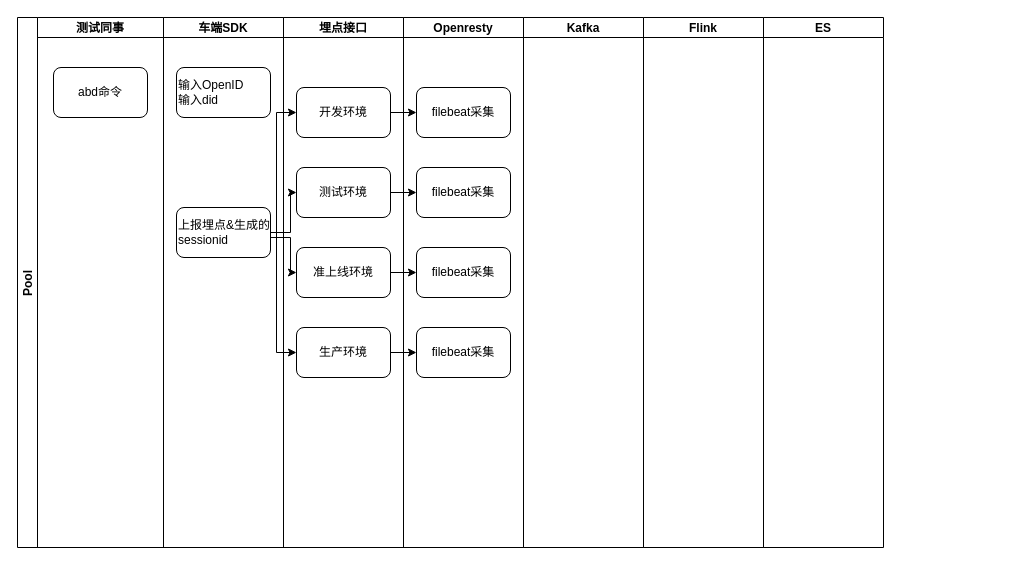
This is 采集中心V3.0旧版测试校验流程图.drawio from shaozc3g/draw_io, a draw.io file, before an edit. Source tidied: cells renumbered, new cells numbered last; positions are measured from the earlier drawing's top-left corner, leaving out a move shared by most shapes. Both pictures are drawn from the tidied source at 100%, with x=0, y=0 at pixel (17, 17).
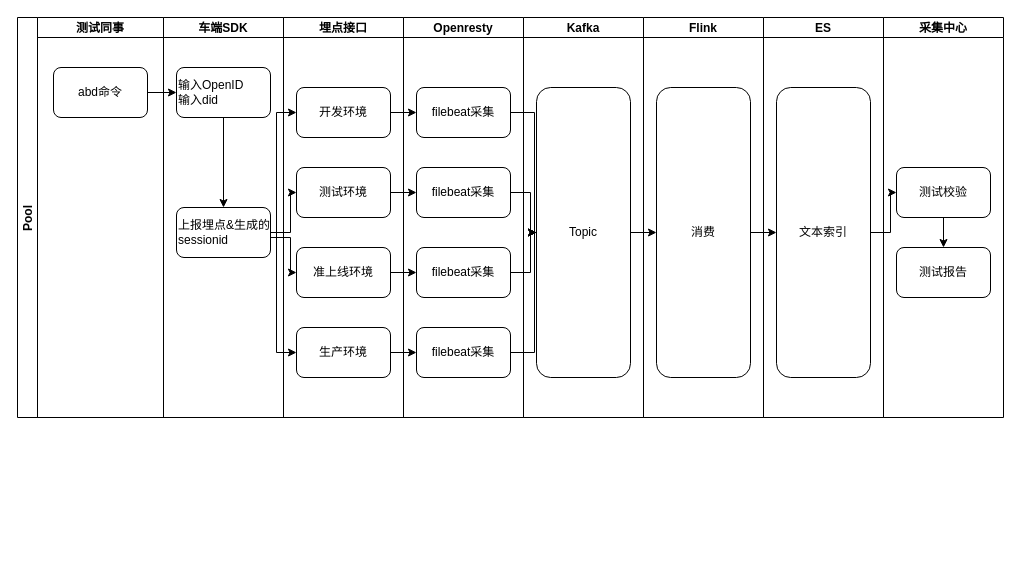
Above is the later version.

Commit message (it also covers changes not shown here):
更新采集中心V3.0旧版测试校验流程图.drawio

The change refers to these unchanged cells:
```xml
<mxCell id="4" value="abd命令" style="rounded=1;whiteSpace=wrap;html=1;" parent="3" vertex="1">
  <mxGeometry x="16" y="50" width="94" height="50" as="geometry" />
</mxCell>
<mxCell id="6" value="输入OpenID&lt;br&gt;输入did" style="rounded=1;whiteSpace=wrap;html=1;align=left;" parent="5" vertex="1">
  <mxGeometry x="13" y="50" width="94" height="50" as="geometry" />
</mxCell>
<mxCell id="7" value="上报埋点&amp;amp;生成的sessionid" style="rounded=1;whiteSpace=wrap;html=1;align=left;" parent="5" vertex="1">
  <mxGeometry x="13" y="190" width="94" height="50" as="geometry" />
</mxCell>
<mxCell id="18" value="filebeat采集" style="rounded=1;whiteSpace=wrap;html=1;align=center;" parent="17" vertex="1">
  <mxGeometry x="13" y="70" width="94" height="50" as="geometry" />
</mxCell>
<mxCell id="19" value="filebeat采集" style="rounded=1;whiteSpace=wrap;html=1;align=center;" parent="17" vertex="1">
  <mxGeometry x="13" y="150" width="94" height="50" as="geometry" />
</mxCell>
<mxCell id="20" value="filebeat采集" style="rounded=1;whiteSpace=wrap;html=1;align=center;" parent="17" vertex="1">
  <mxGeometry x="13" y="230" width="94" height="50" as="geometry" />
</mxCell>
<mxCell id="21" value="filebeat采集" style="rounded=1;whiteSpace=wrap;html=1;align=center;" parent="17" vertex="1">
  <mxGeometry x="13" y="310" width="94" height="50" as="geometry" />
</mxCell>
```

Change to the diagram source:
```diff
@@
     <mxCell id="2" value="Pool" style="swimlane;startSize=20;horizontal=0;" parent="1" vertex="1">
-      <mxGeometry width="386" height="530" as="geometry" />
+      <mxGeometry width="386" height="400" as="geometry" />
     </mxCell>
     <mxCell id="3" value="测试同事" style="swimlane;startSize=20;" parent="2" vertex="1">
-      <mxGeometry x="20" width="126" height="530" as="geometry" />
+      <mxGeometry x="20" width="126" height="400" as="geometry" />
     </mxCell>
@@
     <mxCell id="5" value="车端SDK" style="swimlane;startSize=20;" parent="2" vertex="1">
-      <mxGeometry x="146" width="120" height="530" as="geometry" />
+      <mxGeometry x="146" width="120" height="400" as="geometry" />
     </mxCell>
+    <mxCell id="29" style="edgeStyle=orthogonalEdgeStyle;rounded=0;jettySize=auto;html=1;exitX=0.5;exitY=1;exitDx=0;exitDy=0;entryX=0.5;entryY=0;entryDx=0;entryDy=0;" parent="5" edge="1" source="6" target="7">
+      <mxGeometry relative="1" as="geometry" />
+    </mxCell>
@@
     <mxCell id="8" value="埋点接口" style="swimlane;startSize=20;" parent="2" vertex="1">
-      <mxGeometry x="266" width="120" height="530" as="geometry" />
+      <mxGeometry x="266" width="120" height="400" as="geometry" />
     </mxCell>
@@
+    <mxCell id="30" style="edgeStyle=orthogonalEdgeStyle;rounded=0;jettySize=auto;html=1;exitX=1;exitY=0.5;exitDx=0;exitDy=0;entryX=0;entryY=0.5;entryDx=0;entryDy=0;" parent="2" edge="1" source="4" target="6">
+      <mxGeometry relative="1" as="geometry" />
+    </mxCell>
     <mxCell id="17" value="Openresty" style="swimlane;startSize=20;" parent="1" vertex="1">
-      <mxGeometry x="386" width="120" height="530" as="geometry" />
+      <mxGeometry x="386" width="120" height="400" as="geometry" />
     </mxCell>
@@
     <mxCell id="22" value="Kafka" style="swimlane;startSize=20;" parent="1" vertex="1">
-      <mxGeometry x="506" width="120" height="530" as="geometry" />
+      <mxGeometry x="506" width="120" height="400" as="geometry" />
     </mxCell>
+    <mxCell id="31" value="Topic" style="rounded=1;whiteSpace=wrap;html=1;align=center;" parent="22" vertex="1">
+      <mxGeometry x="13" y="70" width="94" height="290" as="geometry" />
+    </mxCell>
     <mxCell id="23" value="Flink" style="swimlane;startSize=20;" parent="1" vertex="1">
-      <mxGeometry x="626" width="120" height="530" as="geometry" />
+      <mxGeometry x="626" width="120" height="400" as="geometry" />
     </mxCell>
+    <mxCell id="32" value="消费" style="rounded=1;whiteSpace=wrap;html=1;align=center;" parent="23" vertex="1">
+      <mxGeometry x="13" y="70" width="94" height="290" as="geometry" />
+    </mxCell>
     <mxCell id="24" value="ES" style="swimlane;startSize=20;" parent="1" vertex="1">
-      <mxGeometry x="746" width="120" height="530" as="geometry" />
+      <mxGeometry x="746" width="120" height="400" as="geometry" />
     </mxCell>
+    <mxCell id="33" value="文本索引" style="rounded=1;whiteSpace=wrap;html=1;align=center;" parent="24" vertex="1">
+      <mxGeometry x="13" y="70" width="94" height="290" as="geometry" />
+    </mxCell>
@@
+    <mxCell id="34" style="edgeStyle=orthogonalEdgeStyle;rounded=0;jettySize=auto;html=1;exitX=1;exitY=0.5;exitDx=0;exitDy=0;entryX=0;entryY=0.5;entryDx=0;entryDy=0;" parent="1" edge="1" source="18" target="31">
+      <mxGeometry relative="1" as="geometry">
+        <Array as="points">
+          <mxPoint x="517" y="95" />
+          <mxPoint x="517" y="215" />
+        </Array>
+      </mxGeometry>
+    </mxCell>
+    <mxCell id="35" style="edgeStyle=orthogonalEdgeStyle;rounded=0;jettySize=auto;html=1;exitX=1;exitY=0.5;exitDx=0;exitDy=0;entryX=0;entryY=0.5;entryDx=0;entryDy=0;" parent="1" edge="1" source="19" target="31">
+      <mxGeometry relative="1" as="geometry" />
+    </mxCell>
+    <mxCell id="36" style="edgeStyle=orthogonalEdgeStyle;rounded=0;jettySize=auto;html=1;exitX=1;exitY=0.5;exitDx=0;exitDy=0;entryX=0;entryY=0.5;entryDx=0;entryDy=0;" parent="1" edge="1" source="20" target="31">
+      <mxGeometry relative="1" as="geometry" />
+    </mxCell>
+    <mxCell id="37" style="edgeStyle=orthogonalEdgeStyle;rounded=0;jettySize=auto;html=1;exitX=1;exitY=0.5;exitDx=0;exitDy=0;entryX=0;entryY=0.5;entryDx=0;entryDy=0;" parent="1" edge="1" source="21" target="31">
+      <mxGeometry relative="1" as="geometry">
+        <Array as="points">
+          <mxPoint x="517" y="335" />
+          <mxPoint x="517" y="215" />
+        </Array>
+      </mxGeometry>
+    </mxCell>
+    <mxCell id="38" style="edgeStyle=orthogonalEdgeStyle;rounded=0;jettySize=auto;html=1;exitX=1;exitY=0.5;exitDx=0;exitDy=0;" parent="1" edge="1" source="31" target="32">
+      <mxGeometry relative="1" as="geometry" />
+    </mxCell>
+    <mxCell id="39" value="采集中心" style="swimlane;startSize=20;" parent="1" vertex="1">
+      <mxGeometry x="866" width="120" height="400" as="geometry" />
+    </mxCell>
+    <mxCell id="40" style="edgeStyle=orthogonalEdgeStyle;rounded=0;jettySize=auto;html=1;exitX=0.5;exitY=1;exitDx=0;exitDy=0;" parent="39" edge="1" source="41" target="42">
+      <mxGeometry relative="1" as="geometry" />
+    </mxCell>
+    <mxCell id="41" value="测试校验" style="rounded=1;whiteSpace=wrap;html=1;align=center;" parent="39" vertex="1">
+      <mxGeometry x="13" y="150" width="94" height="50" as="geometry" />
+    </mxCell>
+    <mxCell id="42" value="测试报告" style="rounded=1;whiteSpace=wrap;html=1;align=center;" parent="39" vertex="1">
+      <mxGeometry x="13" y="230" width="94" height="50" as="geometry" />
+    </mxCell>
+    <mxCell id="43" style="edgeStyle=orthogonalEdgeStyle;rounded=0;jettySize=auto;html=1;exitX=1;exitY=0.5;exitDx=0;exitDy=0;entryX=0;entryY=0.5;entryDx=0;entryDy=0;" parent="1" edge="1" source="32" target="33">
+      <mxGeometry relative="1" as="geometry" />
+    </mxCell>
+    <mxCell id="44" style="edgeStyle=orthogonalEdgeStyle;rounded=0;jettySize=auto;html=1;exitX=1;exitY=0.5;exitDx=0;exitDy=0;entryX=0;entryY=0.5;entryDx=0;entryDy=0;" parent="1" edge="1" source="33" target="41">
+      <mxGeometry relative="1" as="geometry" />
+    </mxCell>
```
